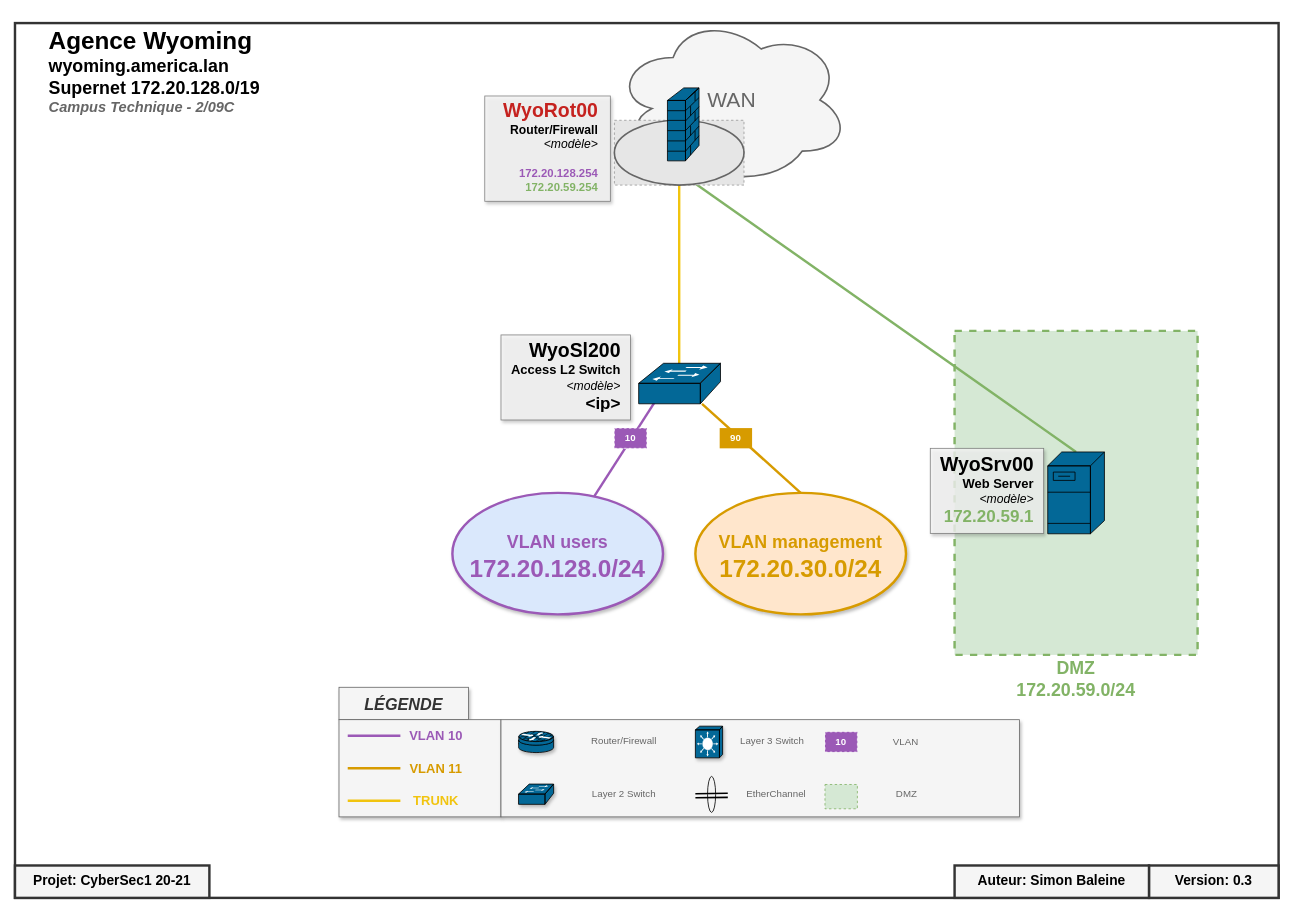
This is docs/wyoming.drawio from shellwhale/pensive-sammet, a draw.io file, before an edit. Source tidied: cells renumbered, new cells numbered last; positions are measured from the earlier drawing's top-left corner, leaving out a move shared by most shapes. Both pictures are drawn from the tidied source at 81%, with x=0, y=0 at pixel (15, 15). Pictures stored in the file or linked from it are replaced by grey dashed boxes.
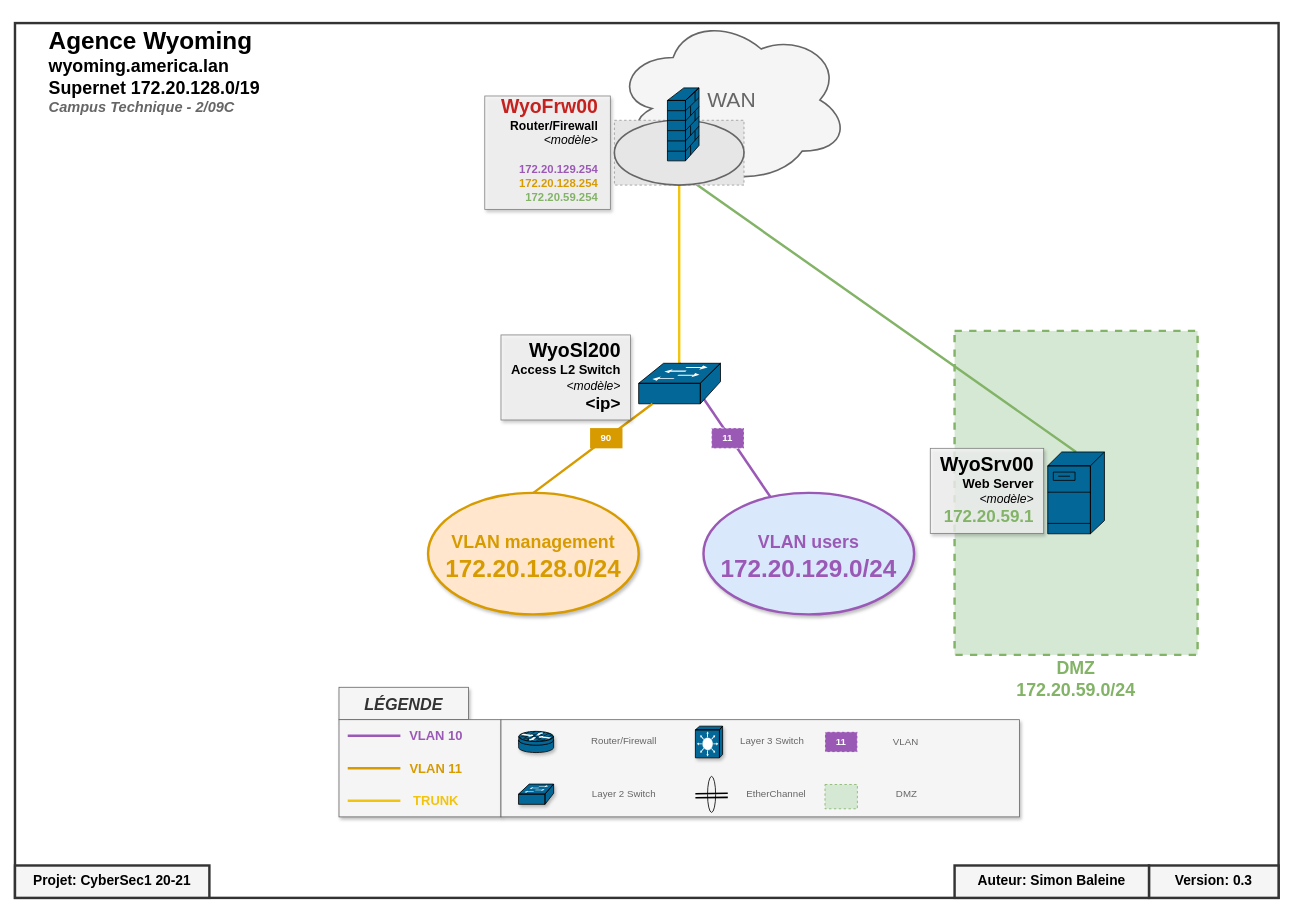
After the change.

Commit message:
Changed color of subnet. Added users gateway.

The edit, as a diff of the source:
```diff
@@
-    <mxCell id="28" value="&lt;b&gt;&lt;font color=&quot;#ffffff&quot;&gt;10&lt;/font&gt;&lt;/b&gt;" style="rounded=0;whiteSpace=wrap;html=1;shadow=0;strokeColor=#FFFFFF;strokeWidth=1;fontFamily=Helvetica;fillColor=#9B59B6;dashed=1;" parent="10" vertex="1">
+    <mxCell id="28" value="&lt;b&gt;&lt;font color=&quot;#ffffff&quot;&gt;11&lt;/font&gt;&lt;/b&gt;" style="rounded=0;whiteSpace=wrap;html=1;shadow=0;strokeColor=#FFFFFF;strokeWidth=1;fontFamily=Helvetica;fillColor=#9B59B6;dashed=1;" parent="10" vertex="1">
       <mxGeometry x="1000" y="885" width="40" height="25" as="geometry" />
     </mxCell>
@@
     <mxCell id="49" style="rounded=0;whiteSpace=wrap;html=1;strokeColor=#666666;strokeWidth=1;fillColor=#f5f5f5;fontColor=#333333;shadow=1;opacity=80;" parent="48" vertex="1">
-      <mxGeometry x="580" y="100" width="155" height="130" as="geometry" />
+      <mxGeometry x="580" y="100" width="155" height="140" as="geometry" />
     </mxCell>
@@
-    <mxCell id="52" value="&lt;div style=&quot;text-align: right&quot;&gt;&lt;b&gt;&lt;font color=&quot;#c5221f&quot; style=&quot;font-size: 24px&quot;&gt;&amp;nbsp;WyoRot00&lt;/font&gt;&lt;/b&gt;&lt;/div&gt;&lt;font&gt;&lt;div style=&quot;font-size: 15px ; text-align: right&quot;&gt;&lt;b&gt;Router/Firewall&lt;/b&gt;&lt;/div&gt;&lt;font&gt;&lt;div style=&quot;font-size: 15px ; text-align: right&quot;&gt;&lt;i&gt;&lt;font style=&quot;font-size: 15px&quot;&gt;&amp;lt;modèle&amp;gt;&lt;/font&gt;&lt;/i&gt;&lt;/div&gt;&lt;div style=&quot;text-align: right&quot;&gt;&lt;font&gt;&lt;font&gt;&lt;span style=&quot;font-size: 15px&quot;&gt;&lt;i&gt;&amp;nbsp; &amp;nbsp; &amp;nbsp; &amp;nbsp; &amp;nbsp; &amp;nbsp;&lt;/i&gt;&lt;/span&gt;&lt;b style=&quot;color: rgb(155 , 89 , 182) ; font-size: 14px&quot;&gt;172.20.128.254&lt;/b&gt;&lt;/font&gt;&lt;/font&gt;&lt;/div&gt;&lt;div style=&quot;text-align: right&quot;&gt;&lt;b style=&quot;font-size: 14px&quot;&gt;&lt;font color=&quot;#82b366&quot;&gt;172.20.59.254&lt;/font&gt;&lt;/b&gt;&lt;br&gt;&lt;/div&gt;&lt;div style=&quot;text-align: right&quot;&gt;&lt;br&gt;&lt;/div&gt;&lt;/font&gt;&lt;/font&gt;" style="text;html=1;strokeColor=none;fillColor=none;align=left;verticalAlign=middle;rounded=0;glass=0;shadow=1;labelBorderColor=none;labelBackgroundColor=none;whiteSpace=wrap;spacingTop=0;" parent="48" vertex="1">
-      <mxGeometry x="580" y="130" width="140" height="80" as="geometry" />
+    <mxCell id="52" value="&lt;div style=&quot;text-align: right&quot;&gt;&lt;b&gt;&lt;font color=&quot;#c5221f&quot; style=&quot;font-size: 24px&quot;&gt;&amp;nbsp;WyoFrw00&lt;/font&gt;&lt;/b&gt;&lt;/div&gt;&lt;font&gt;&lt;div style=&quot;font-size: 15px ; text-align: right&quot;&gt;&lt;b&gt;Router/Firewall&lt;/b&gt;&lt;/div&gt;&lt;font&gt;&lt;div style=&quot;font-size: 15px ; text-align: right&quot;&gt;&lt;i&gt;&lt;font style=&quot;font-size: 15px&quot;&gt;&amp;lt;modèle&amp;gt;&lt;/font&gt;&lt;/i&gt;&lt;/div&gt;&lt;div style=&quot;text-align: right&quot;&gt;&lt;font&gt;&lt;font&gt;&lt;span style=&quot;font-size: 15px&quot;&gt;&lt;i&gt;&amp;nbsp; &amp;nbsp; &amp;nbsp; &amp;nbsp; &amp;nbsp; &amp;nbsp;&lt;/i&gt;&lt;/span&gt;&lt;b style=&quot;color: rgb(155 , 89 , 182) ; font-size: 14px&quot;&gt;172.20.129.254&lt;/b&gt;&lt;/font&gt;&lt;/font&gt;&lt;/div&gt;&lt;div style=&quot;text-align: right&quot;&gt;&lt;font&gt;&lt;font&gt;&lt;b style=&quot;font-size: 14px&quot;&gt;&lt;font color=&quot;#d79b00&quot;&gt;172.20.128.254&lt;/font&gt;&lt;/b&gt;&lt;b style=&quot;color: rgb(155 , 89 , 182) ; font-size: 14px&quot;&gt;&lt;br&gt;&lt;/b&gt;&lt;/font&gt;&lt;/font&gt;&lt;/div&gt;&lt;div style=&quot;text-align: right&quot;&gt;&lt;b style=&quot;font-size: 14px&quot;&gt;&lt;font color=&quot;#82b366&quot;&gt;172.20.59.254&lt;/font&gt;&lt;/b&gt;&lt;br&gt;&lt;/div&gt;&lt;div style=&quot;text-align: right&quot;&gt;&lt;br&gt;&lt;/div&gt;&lt;div style=&quot;text-align: right&quot;&gt;&lt;br&gt;&lt;/div&gt;&lt;/font&gt;&lt;/font&gt;" style="text;html=1;strokeColor=none;fillColor=none;align=left;verticalAlign=middle;rounded=0;glass=0;shadow=1;labelBorderColor=none;labelBackgroundColor=none;whiteSpace=wrap;spacingTop=0;" parent="48" vertex="1">
+      <mxGeometry x="580" y="140" width="140" height="80" as="geometry" />
     </mxCell>
@@
-    <mxCell id="56" value="&lt;font color=&quot;#9b59b6&quot;&gt;&lt;b&gt;&lt;font style=&quot;font-size: 22px&quot;&gt;VLAN users&lt;/font&gt;&lt;br&gt;172.20.128.0/24&lt;/b&gt;&lt;/font&gt;" style="ellipse;whiteSpace=wrap;html=1;strokeWidth=3;fillColor=#dae8fc;strokeColor=#9B59B6;shadow=1;fontSize=30;" parent="55" vertex="1">
-      <mxGeometry x="540" y="590" width="260" height="150" as="geometry" />
+    <mxCell id="56" value="&lt;font color=&quot;#9b59b6&quot;&gt;&lt;b&gt;&lt;font style=&quot;font-size: 22px&quot;&gt;VLAN users&lt;/font&gt;&lt;br&gt;172.20.129.0/24&lt;/b&gt;&lt;/font&gt;" style="ellipse;whiteSpace=wrap;html=1;strokeWidth=3;fillColor=#dae8fc;strokeColor=#9B59B6;shadow=1;fontSize=30;" parent="55" vertex="1">
+      <mxGeometry x="850" y="590" width="260" height="150" as="geometry" />
     </mxCell>
-    <mxCell id="57" value="&lt;b&gt;&lt;font color=&quot;#d79b00&quot;&gt;&lt;font style=&quot;font-size: 22px&quot;&gt;VLAN management&lt;/font&gt;&lt;br&gt;172.20.30.0/24&lt;/font&gt;&lt;/b&gt;" style="ellipse;whiteSpace=wrap;html=1;strokeWidth=3;fillColor=#ffe6cc;strokeColor=#d79b00;shadow=1;fontSize=30;" parent="55" vertex="1">
-      <mxGeometry x="840" y="590" width="260" height="150" as="geometry" />
+    <mxCell id="57" value="&lt;b&gt;&lt;font color=&quot;#d79b00&quot;&gt;&lt;font style=&quot;font-size: 22px&quot;&gt;VLAN management&lt;/font&gt;&lt;br&gt;172.20.128.0/24&lt;/font&gt;&lt;/b&gt;" style="ellipse;whiteSpace=wrap;html=1;strokeWidth=3;fillColor=#ffe6cc;strokeColor=#d79b00;shadow=1;fontSize=30;" parent="55" vertex="1">
+      <mxGeometry x="510" y="590" width="260" height="150" as="geometry" />
     </mxCell>
@@
-    <mxCell id="59" value="&lt;b&gt;&lt;font color=&quot;#ffffff&quot;&gt;10&lt;/font&gt;&lt;/b&gt;" style="rounded=0;whiteSpace=wrap;html=1;shadow=0;strokeColor=#FFFFFF;strokeWidth=1;fontFamily=Helvetica;fillColor=#9B59B6;dashed=1;" parent="58" vertex="1">
-      <mxGeometry x="740" y="510" width="40" height="25" as="geometry" />
+    <mxCell id="59" value="&lt;b&gt;&lt;font color=&quot;#ffffff&quot;&gt;11&lt;/font&gt;&lt;/b&gt;" style="rounded=0;whiteSpace=wrap;html=1;shadow=0;strokeColor=#FFFFFF;strokeWidth=1;fontFamily=Helvetica;fillColor=#9B59B6;dashed=1;" parent="58" vertex="1">
+      <mxGeometry x="860" y="510" width="40" height="25" as="geometry" />
     </mxCell>
     <mxCell id="60" value="&lt;font color=&quot;#ffffff&quot;&gt;&lt;b&gt;90&lt;br&gt;&lt;/b&gt;&lt;/font&gt;" style="rounded=0;whiteSpace=wrap;html=1;shadow=0;strokeWidth=1;fontFamily=Helvetica;dashed=1;strokeColor=none;fillColor=#D79B00;" parent="58" vertex="1">
-      <mxGeometry x="870" y="510" width="40" height="25" as="geometry" />
+      <mxGeometry x="710" y="510" width="40" height="25" as="geometry" />
     </mxCell>
```
